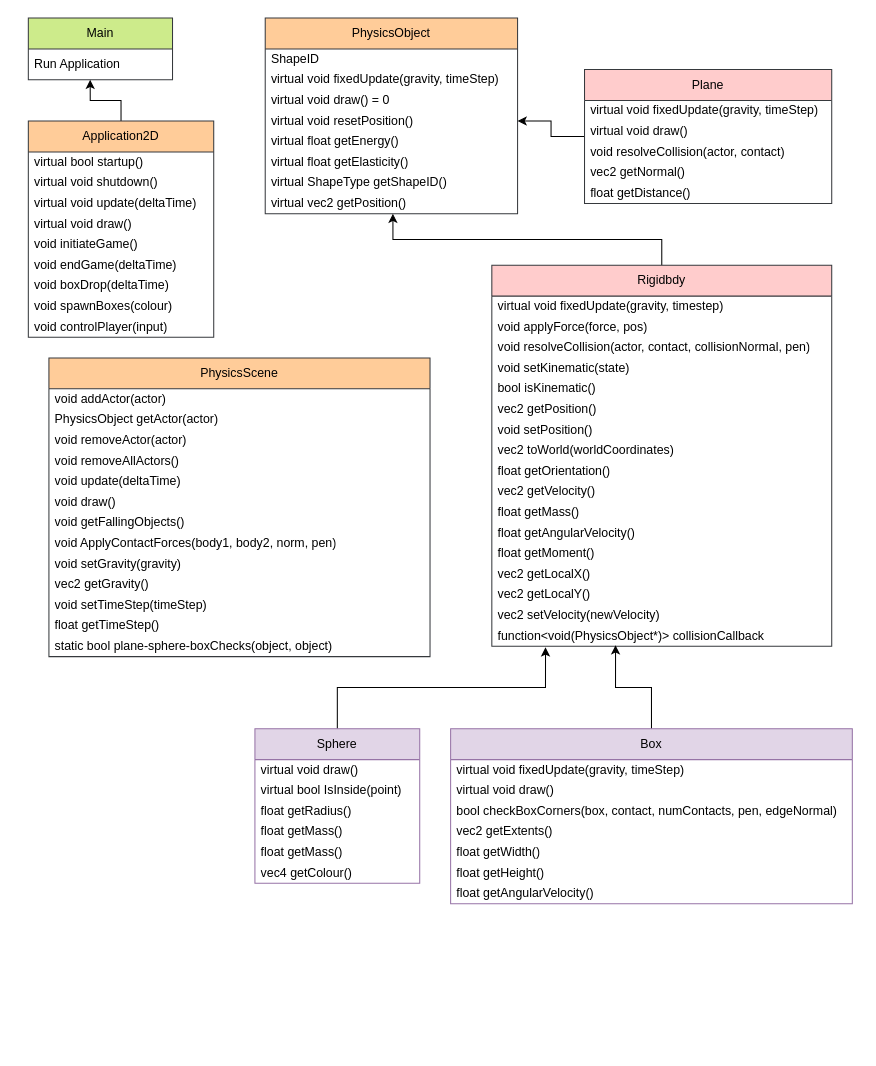
Before: Untitled Diagram.drawio in LukeStanbridge/Physics-For-Games, a draw.io diagram. Source tidied: cells renumbered, new cells numbered last; positions are measured from the earlier drawing's top-left corner, leaving out a move shared by most shapes. Both pictures are drawn from the tidied source at 103%, with x=0, y=0 at pixel (28, 18).
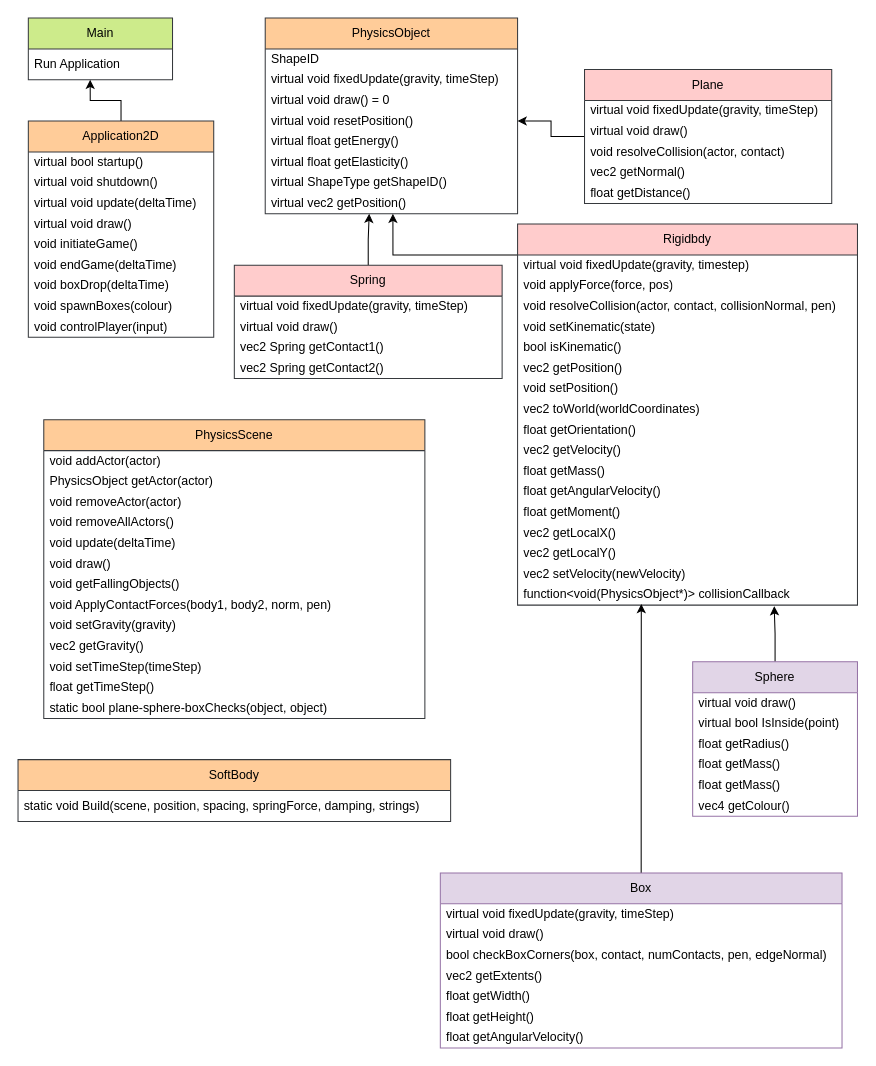
After the change.

The change refers to these unchanged cells:
```xml
<mxCell id="10" value="virtual vec2 getPosition()" style="text;strokeColor=none;fillColor=none;align=left;verticalAlign=middle;spacingLeft=4;spacingRight=4;overflow=hidden;points=[[0,0.5],[1,0.5]];portConstraint=eastwest;whiteSpace=wrap;html=1;" parent="2" vertex="1">
  <mxGeometry y="170" width="245" height="20" as="geometry" />
</mxCell>
<mxCell id="42" value="function&amp;lt;void(PhysicsObject*)&amp;gt; collisionCallback" style="text;strokeColor=none;fillColor=none;align=left;verticalAlign=middle;spacingLeft=4;spacingRight=4;overflow=hidden;points=[[0,0.5],[1,0.5]];portConstraint=eastwest;whiteSpace=wrap;html=1;" parent="25" vertex="1">
  <mxGeometry y="350" width="330" height="20" as="geometry" />
</mxCell>
```

What changed in the source:
```diff
@@
     <mxCell id="24" style="edgeStyle=orthogonalEdgeStyle;rounded=0;jettySize=auto;html=1;entryX=0.506;entryY=1;entryDx=0;entryDy=0;entryPerimeter=0;" parent="1" edge="1" source="25" target="10">
-      <mxGeometry relative="1" as="geometry" />
+      <mxGeometry relative="1" as="geometry">
+        <Array as="points">
+          <mxPoint x="635" y="230" />
+          <mxPoint x="354" y="230" />
+        </Array>
+      </mxGeometry>
     </mxCell>
     <mxCell id="25" value="Rigidbdy" style="swimlane;fontStyle=0;horizontal=1;startSize=30;whiteSpace=wrap;html=1;fillColor=#ffcccc;strokeColor=#36393d;" parent="1" vertex="1">
-      <mxGeometry x="450" y="240" width="330" height="370" as="geometry" />
+      <mxGeometry x="475" y="200" width="330" height="370" as="geometry" />
     </mxCell>
@@
-    <mxCell id="50" style="edgeStyle=orthogonalEdgeStyle;rounded=0;jettySize=auto;html=1;entryX=0.158;entryY=1.05;entryDx=0;entryDy=0;entryPerimeter=0;" parent="1" edge="1" source="51" target="42">
+    <mxCell id="50" style="edgeStyle=orthogonalEdgeStyle;rounded=0;jettySize=auto;html=1;entryX=0.755;entryY=1.05;entryDx=0;entryDy=0;entryPerimeter=0;" parent="1" edge="1" source="51" target="42">
       <mxGeometry relative="1" as="geometry" />
     </mxCell>
     <mxCell id="51" value="Sphere" style="swimlane;fontStyle=0;horizontal=1;startSize=30;whiteSpace=wrap;html=1;fillColor=#e1d5e7;strokeColor=#9673a6;" parent="1" vertex="1">
-      <mxGeometry x="220" y="690" width="160" height="150" as="geometry" />
+      <mxGeometry x="645" y="625" width="160" height="150" as="geometry" />
     </mxCell>
@@
     <mxCell id="59" value="Box" style="swimlane;fontStyle=0;horizontal=1;startSize=30;whiteSpace=wrap;html=1;fillColor=#e1d5e7;strokeColor=#9673a6;" parent="1" vertex="1">
-      <mxGeometry x="410" y="690" width="390" height="170" as="geometry" />
+      <mxGeometry x="400" y="830" width="390" height="170" as="geometry" />
     </mxCell>
@@
     <mxCell id="67" value="PhysicsScene" style="swimlane;fontStyle=0;horizontal=1;startSize=30;whiteSpace=wrap;html=1;fillColor=#ffcc99;strokeColor=#36393d;" parent="1" vertex="1">
-      <mxGeometry x="20" y="330" width="370" height="290" as="geometry" />
+      <mxGeometry x="15" y="390" width="370" height="290" as="geometry" />
     </mxCell>
@@
+    <mxCell id="81" style="edgeStyle=orthogonalEdgeStyle;rounded=0;jettySize=auto;html=1;entryX=0.412;entryY=1;entryDx=0;entryDy=0;entryPerimeter=0;" parent="1" edge="1" source="82" target="10">
+      <mxGeometry relative="1" as="geometry" />
+    </mxCell>
+    <mxCell id="82" value="Spring" style="swimlane;fontStyle=0;horizontal=1;startSize=30;whiteSpace=wrap;html=1;fillColor=#ffcccc;strokeColor=#36393d;" parent="1" vertex="1">
+      <mxGeometry x="200" y="240" width="260" height="110" as="geometry" />
+    </mxCell>
+    <mxCell id="83" value="virtual void fixedUpdate(gravity, timeStep)" style="text;strokeColor=none;fillColor=none;align=left;verticalAlign=middle;spacingLeft=4;spacingRight=4;overflow=hidden;whiteSpace=wrap;html=1;" parent="82" vertex="1">
+      <mxGeometry y="30" width="260" height="20" as="geometry" />
+    </mxCell>
+    <mxCell id="84" value="virtual void draw()" style="text;strokeColor=none;fillColor=none;align=left;verticalAlign=middle;spacingLeft=4;spacingRight=4;overflow=hidden;whiteSpace=wrap;html=1;" parent="82" vertex="1">
+      <mxGeometry y="50" width="260" height="20" as="geometry" />
+    </mxCell>
+    <mxCell id="85" value="vec2 Spring getContact1()" style="text;strokeColor=none;fillColor=none;align=left;verticalAlign=middle;spacingLeft=4;spacingRight=4;overflow=hidden;whiteSpace=wrap;html=1;" parent="82" vertex="1">
+      <mxGeometry y="70" width="260" height="20" as="geometry" />
+    </mxCell>
+    <mxCell id="86" value="vec2 Spring getContact2()" style="text;strokeColor=none;fillColor=none;align=left;verticalAlign=middle;spacingLeft=4;spacingRight=4;overflow=hidden;whiteSpace=wrap;html=1;" parent="82" vertex="1">
+      <mxGeometry y="90" width="260" height="20" as="geometry" />
+    </mxCell>
+    <mxCell id="87" value="SoftBody" style="swimlane;fontStyle=0;horizontal=1;startSize=30;whiteSpace=wrap;html=1;fillColor=#ffcc99;strokeColor=#36393d;" parent="1" vertex="1">
+      <mxGeometry x="-10" y="720" width="420" height="60" as="geometry" />
+    </mxCell>
+    <mxCell id="88" value="static void Build(scene, position, spacing, springForce, damping, strings)" style="text;strokeColor=none;fillColor=none;align=left;verticalAlign=middle;spacingLeft=4;spacingRight=4;overflow=hidden;whiteSpace=wrap;html=1;" parent="87" vertex="1">
+      <mxGeometry y="30" width="420" height="30" as="geometry" />
+    </mxCell>
```
